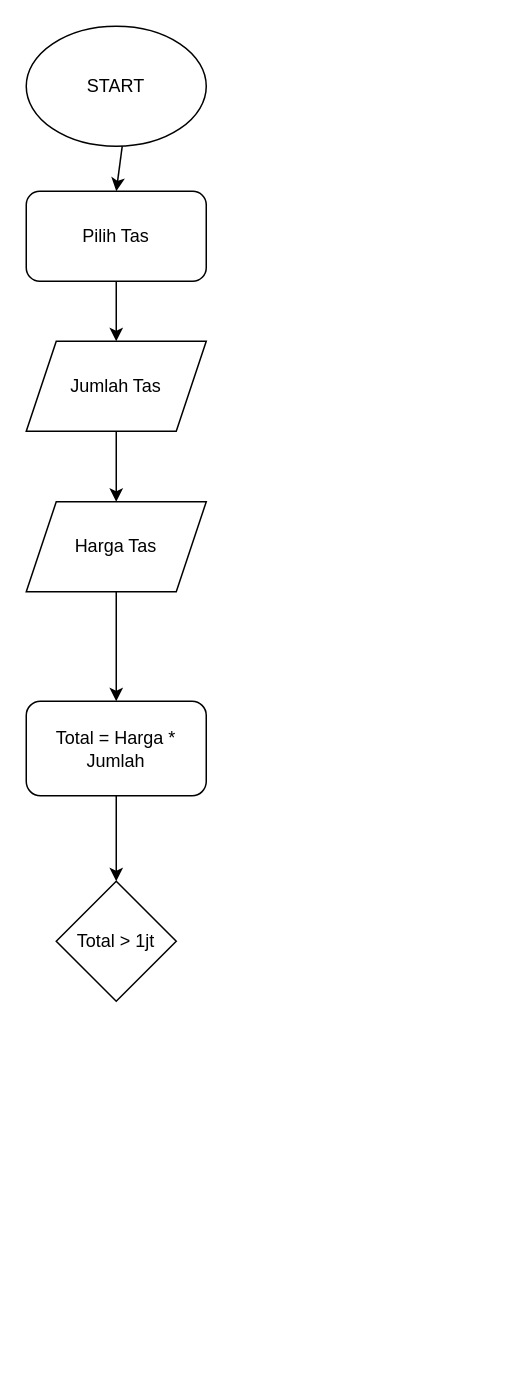
The draw.io diagram flowchart.drawio in ViaSafira/via_safira-kalkulator-_diskon_tas, before the edit. Source tidied: cells renumbered, new cells numbered last; positions are measured from the earlier drawing's top-left corner, leaving out a move shared by most shapes. Both pictures are drawn from the tidied source at 150%, with x=0, y=0 at pixel (26, 26).
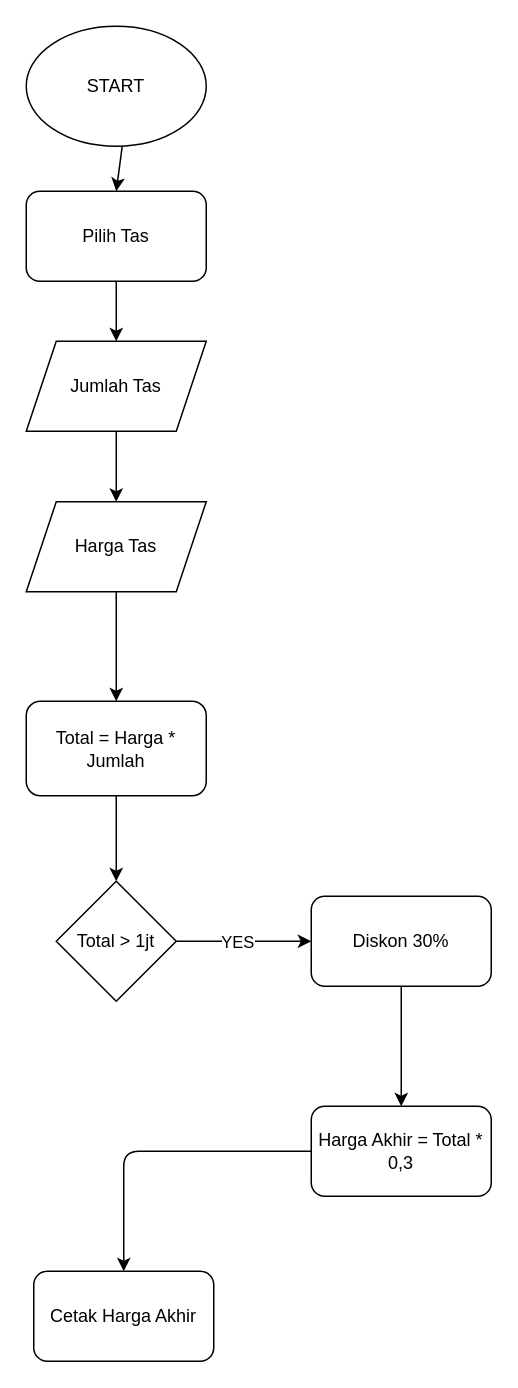
The same diagram, later.

Commit message:
pengkondisian jika jawaban benar

Unchanged cells that the change refers to:
```xml
<mxCell id="12" value="&lt;span&gt;Total &amp;gt; 1jt&lt;br&gt;&lt;/span&gt;" style="rhombus;whiteSpace=wrap;html=1;" parent="1" vertex="1">
  <mxGeometry x="20" y="570" width="80" height="80" as="geometry" />
</mxCell>
```

What changed in the source:
```diff
@@
+    <mxCell id="13" style="edgeStyle=none;html=1;" parent="1" edge="1" source="12" target="16">
+      <mxGeometry relative="1" as="geometry" />
+    </mxCell>
+    <mxCell id="14" value="YES" style="edgeLabel;html=1;align=center;verticalAlign=middle;" parent="13" vertex="1">
+      <mxGeometry x="-0.29" y="3" relative="1" as="geometry">
+        <mxPoint x="8" y="3" as="offset" />
+      </mxGeometry>
+    </mxCell>
@@
+    <mxCell id="15" style="edgeStyle=none;html=1;" parent="1" edge="1" source="16" target="18">
+      <mxGeometry relative="1" as="geometry" />
+    </mxCell>
+    <mxCell id="16" value="Diskon 30%" style="rounded=1;whiteSpace=wrap;html=1;" parent="1" vertex="1">
+      <mxGeometry x="190" y="580" width="120" height="60" as="geometry" />
+    </mxCell>
+    <mxCell id="17" style="edgeStyle=none;html=1;exitX=0;exitY=0.5;exitDx=0;exitDy=0;entryX=0.5;entryY=0;entryDx=0;entryDy=0;" parent="1" edge="1" source="18" target="19">
+      <mxGeometry relative="1" as="geometry">
+        <Array as="points">
+          <mxPoint x="65" y="750" />
+        </Array>
+      </mxGeometry>
+    </mxCell>
+    <mxCell id="18" value="Harga Akhir = Total * 0,3" style="whiteSpace=wrap;html=1;rounded=1;" parent="1" vertex="1">
+      <mxGeometry x="190" y="720" width="120" height="60" as="geometry" />
+    </mxCell>
+    <mxCell id="19" value="Cetak Harga Akhir" style="whiteSpace=wrap;html=1;rounded=1;" parent="1" vertex="1">
+      <mxGeometry x="5" y="830" width="120" height="60" as="geometry" />
+    </mxCell>
```
